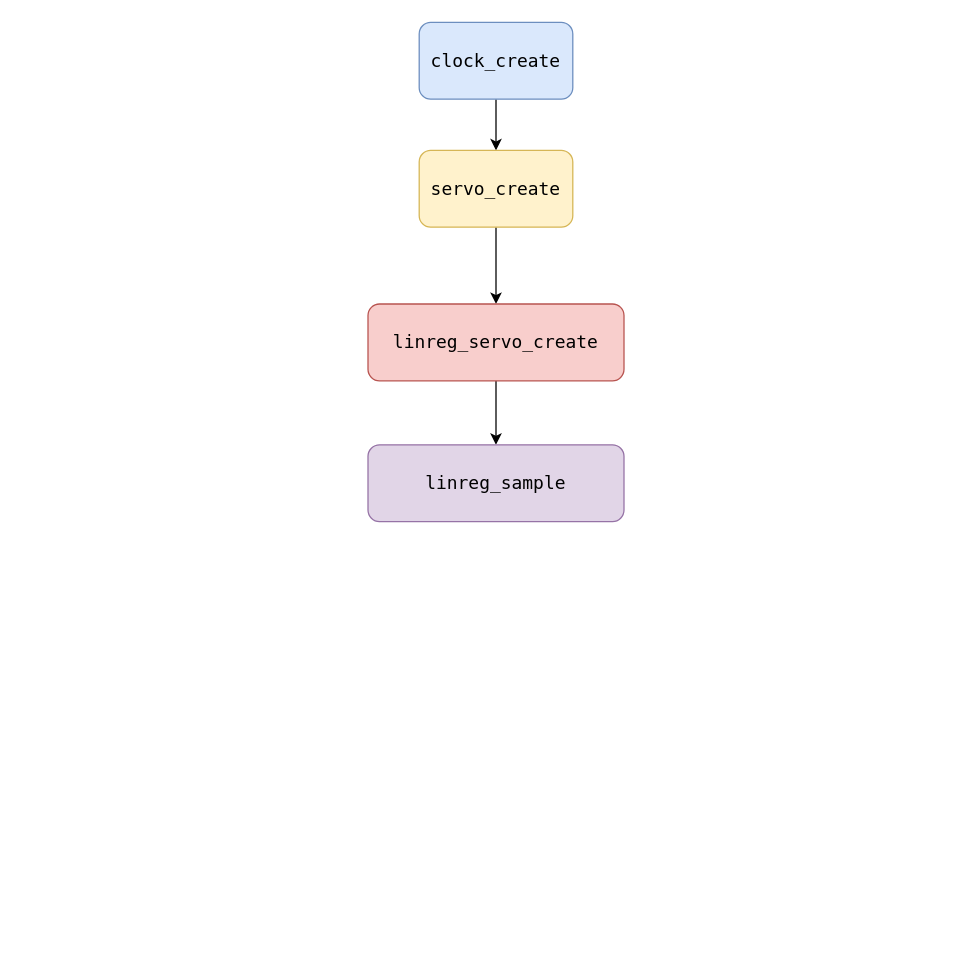
Earlier version of the draw.io diagram Untitled Diagram.drawio (enesygt/c_repo). Source tidied: cells renumbered, new cells numbered last; positions are measured from the earlier drawing's top-left corner, leaving out a move shared by most shapes. Both pictures are drawn from the tidied source at 128%, with x=0, y=0 at pixel (367, 22).
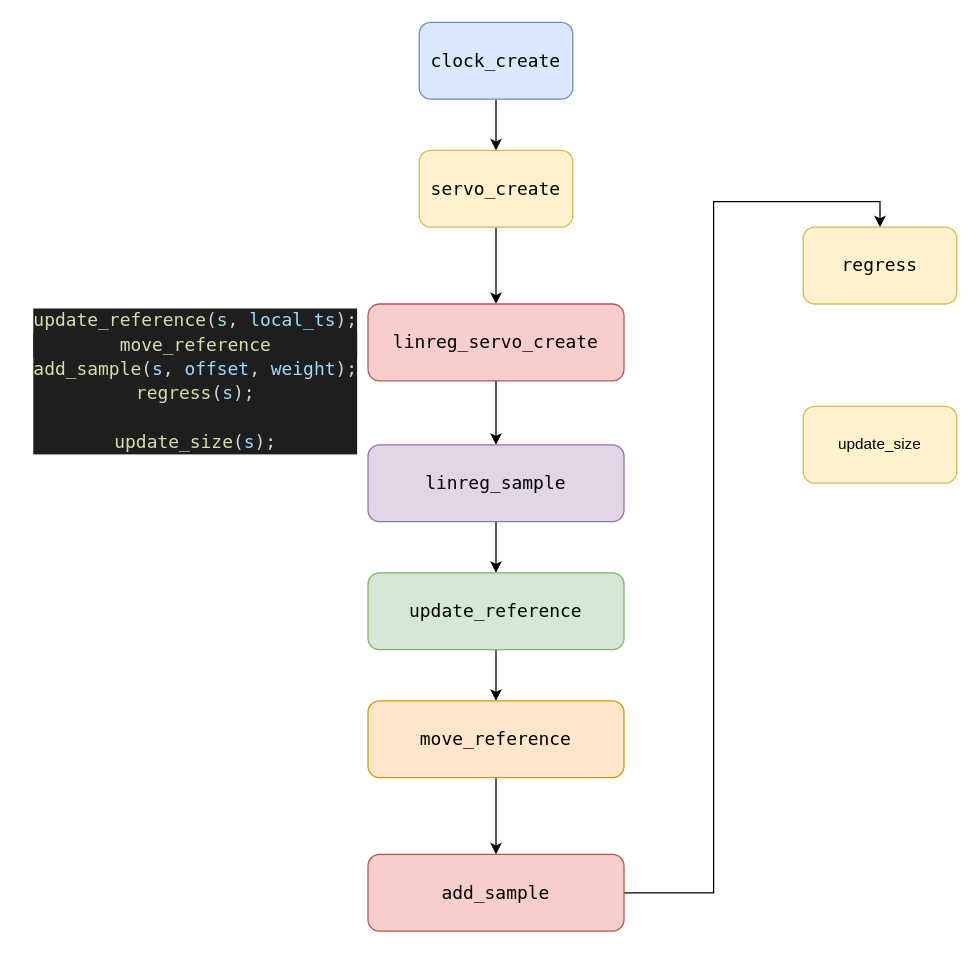
After the change.

What changed in the source:
```diff
@@
 <mxGraphModel>
   <root>
     <mxCell id="0" />
     <mxCell id="1" parent="0" />
     <mxCell id="2" style="edgeStyle=orthogonalEdgeStyle;rounded=0;jettySize=auto;html=1;entryX=0.5;entryY=0;entryDx=0;entryDy=0;" parent="1" edge="1" source="3" target="5">
       <mxGeometry relative="1" as="geometry" />
     </mxCell>
     <mxCell id="3" value="&lt;div style=&quot;font-family: &amp;#34;droid sans mono&amp;#34; , &amp;#34;monospace&amp;#34; , monospace , &amp;#34;droid sans fallback&amp;#34; ; font-weight: normal ; font-size: 14px ; line-height: 19px&quot;&gt;&lt;div&gt;&lt;span style=&quot;background-color: transparent&quot;&gt;clock_create&lt;/span&gt;&lt;/div&gt;&lt;/div&gt;" style="rounded=1;whiteSpace=wrap;html=1;fillColor=#dae8fc;strokeColor=#6c8ebf;" parent="1" vertex="1">
       <mxGeometry x="40" width="120" height="60" as="geometry" />
     </mxCell>
     <mxCell id="4" style="edgeStyle=orthogonalEdgeStyle;rounded=0;jettySize=auto;html=1;" parent="1" edge="1" source="5" target="7">
       <mxGeometry relative="1" as="geometry" />
     </mxCell>
     <mxCell id="5" value="&lt;div style=&quot;font-family: &amp;#34;droid sans mono&amp;#34; , &amp;#34;monospace&amp;#34; , monospace , &amp;#34;droid sans fallback&amp;#34; ; font-weight: normal ; font-size: 14px ; line-height: 19px&quot;&gt;&lt;div&gt;&lt;span style=&quot;background-color: transparent&quot;&gt;servo_create&lt;/span&gt;&lt;/div&gt;&lt;/div&gt;" style="rounded=1;whiteSpace=wrap;html=1;fillColor=#fff2cc;strokeColor=#d6b656;" parent="1" vertex="1">
       <mxGeometry x="40" y="100" width="120" height="60" as="geometry" />
     </mxCell>
     <mxCell id="6" style="edgeStyle=orthogonalEdgeStyle;rounded=0;jettySize=auto;html=1;" parent="1" edge="1" source="7" target="8">
       <mxGeometry relative="1" as="geometry" />
     </mxCell>
     <mxCell id="7" value="&lt;div style=&quot;font-family: &amp;#34;droid sans mono&amp;#34; , &amp;#34;monospace&amp;#34; , monospace , &amp;#34;droid sans fallback&amp;#34; ; font-weight: normal ; font-size: 14px ; line-height: 19px&quot;&gt;&lt;div&gt;&lt;span style=&quot;background-color: transparent&quot;&gt;linreg_servo_create&lt;/span&gt;&lt;/div&gt;&lt;/div&gt;" style="rounded=1;whiteSpace=wrap;html=1;fillColor=#f8cecc;strokeColor=#b85450;" parent="1" vertex="1">
       <mxGeometry y="220" width="200" height="60" as="geometry" />
     </mxCell>
+    <mxCell id="9" style="edgeStyle=orthogonalEdgeStyle;rounded=0;jettySize=auto;html=1;" parent="1" edge="1" source="8" target="12">
+      <mxGeometry relative="1" as="geometry" />
+    </mxCell>
     <mxCell id="8" value="&lt;div style=&quot;font-family: &amp;#34;droid sans mono&amp;#34; , &amp;#34;monospace&amp;#34; , monospace , &amp;#34;droid sans fallback&amp;#34; ; font-weight: normal ; font-size: 14px ; line-height: 19px&quot;&gt;&lt;div&gt;&lt;span style=&quot;background-color: transparent&quot;&gt;linreg_sample&lt;/span&gt;&lt;/div&gt;&lt;/div&gt;" style="rounded=1;whiteSpace=wrap;html=1;fillColor=#e1d5e7;strokeColor=#9673a6;" parent="1" vertex="1">
       <mxGeometry y="330" width="200" height="60" as="geometry" />
     </mxCell>
+    <mxCell id="10" value="&lt;div style=&quot;color: rgb(212 , 212 , 212) ; background-color: rgb(30 , 30 , 30) ; font-family: &amp;#34;droid sans mono&amp;#34; , &amp;#34;monospace&amp;#34; , monospace , &amp;#34;droid sans fallback&amp;#34; ; font-weight: normal ; font-size: 14px ; line-height: 19px&quot;&gt;&lt;div&gt;&lt;span style=&quot;color: #dcdcaa&quot;&gt;update_reference&lt;/span&gt;&lt;span style=&quot;color: #d4d4d4&quot;&gt;(&lt;/span&gt;&lt;span style=&quot;color: #9cdcfe&quot;&gt;s&lt;/span&gt;&lt;span style=&quot;color: #d4d4d4&quot;&gt;, &lt;/span&gt;&lt;span style=&quot;color: #9cdcfe&quot;&gt;local_ts&lt;/span&gt;&lt;span style=&quot;color: #d4d4d4&quot;&gt;);&lt;/span&gt;&lt;/div&gt;&lt;div&gt;&lt;div style=&quot;color: rgb(212 , 212 , 212) ; background-color: rgb(30 , 30 , 30) ; font-family: &amp;#34;droid sans mono&amp;#34; , &amp;#34;monospace&amp;#34; , monospace , &amp;#34;droid sans fallback&amp;#34; ; font-weight: normal ; font-size: 14px ; line-height: 19px&quot;&gt;&lt;div&gt;&lt;span style=&quot;color: #dcdcaa&quot;&gt;move_reference&lt;/span&gt;&lt;/div&gt;&lt;/div&gt;&lt;/div&gt;&lt;div&gt;&lt;span style=&quot;color: #d4d4d4&quot;&gt;    &lt;/span&gt;&lt;span style=&quot;color: #dcdcaa&quot;&gt;add_sample&lt;/span&gt;&lt;span style=&quot;color: #d4d4d4&quot;&gt;(&lt;/span&gt;&lt;span style=&quot;color: #9cdcfe&quot;&gt;s&lt;/span&gt;&lt;span style=&quot;color: #d4d4d4&quot;&gt;, &lt;/span&gt;&lt;span style=&quot;color: #9cdcfe&quot;&gt;offset&lt;/span&gt;&lt;span style=&quot;color: #d4d4d4&quot;&gt;, &lt;/span&gt;&lt;span style=&quot;color: #9cdcfe&quot;&gt;weight&lt;/span&gt;&lt;span style=&quot;color: #d4d4d4&quot;&gt;);&lt;/span&gt;&lt;/div&gt;&lt;div&gt;&lt;span style=&quot;color: #d4d4d4&quot;&gt;    &lt;/span&gt;&lt;span style=&quot;color: #dcdcaa&quot;&gt;regress&lt;/span&gt;&lt;span style=&quot;color: #d4d4d4&quot;&gt;(&lt;/span&gt;&lt;span style=&quot;color: #9cdcfe&quot;&gt;s&lt;/span&gt;&lt;span style=&quot;color: #d4d4d4&quot;&gt;);&lt;/span&gt;&lt;/div&gt;&lt;br&gt;&lt;div&gt;&lt;span style=&quot;color: #d4d4d4&quot;&gt;    &lt;/span&gt;&lt;span style=&quot;color: #dcdcaa&quot;&gt;update_size&lt;/span&gt;&lt;span style=&quot;color: #d4d4d4&quot;&gt;(&lt;/span&gt;&lt;span style=&quot;color: #9cdcfe&quot;&gt;s&lt;/span&gt;&lt;span style=&quot;color: #d4d4d4&quot;&gt;);&lt;/span&gt;&lt;/div&gt;&lt;/div&gt;" style="text;html=1;align=center;verticalAlign=middle;strokeColor=none;" parent="1" vertex="1">
+      <mxGeometry x="-270" y="220" width="270" height="120" as="geometry" />
+    </mxCell>
+    <mxCell id="11" style="edgeStyle=orthogonalEdgeStyle;rounded=0;jettySize=auto;html=1;entryX=0.5;entryY=0;entryDx=0;entryDy=0;" parent="1" edge="1" source="12" target="14">
+      <mxGeometry relative="1" as="geometry" />
+    </mxCell>
+    <mxCell id="12" value="&lt;div style=&quot;font-family: &amp;#34;droid sans mono&amp;#34; , &amp;#34;monospace&amp;#34; , monospace , &amp;#34;droid sans fallback&amp;#34; ; font-weight: normal ; font-size: 14px ; line-height: 19px&quot;&gt;&lt;div&gt;&lt;span style=&quot;background-color: transparent&quot;&gt;update_reference&lt;/span&gt;&lt;/div&gt;&lt;/div&gt;" style="rounded=1;whiteSpace=wrap;html=1;fillColor=#d5e8d4;strokeColor=#82b366;" parent="1" vertex="1">
+      <mxGeometry y="430" width="200" height="60" as="geometry" />
+    </mxCell>
+    <mxCell id="13" style="edgeStyle=orthogonalEdgeStyle;rounded=0;jettySize=auto;html=1;entryX=0.5;entryY=0;entryDx=0;entryDy=0;" parent="1" edge="1" source="14" target="16">
+      <mxGeometry relative="1" as="geometry" />
+    </mxCell>
+    <mxCell id="14" value="&lt;div&gt;&lt;div style=&quot;font-family: &amp;#34;droid sans mono&amp;#34; , &amp;#34;monospace&amp;#34; , monospace , &amp;#34;droid sans fallback&amp;#34; ; font-weight: normal ; font-size: 14px ; line-height: 19px&quot;&gt;&lt;div&gt;&lt;span style=&quot;background-color: transparent&quot;&gt;move_reference&lt;/span&gt;&lt;/div&gt;&lt;/div&gt;&lt;/div&gt;" style="rounded=1;whiteSpace=wrap;html=1;fillColor=#ffe6cc;strokeColor=#d79b00;" parent="1" vertex="1">
+      <mxGeometry y="530" width="200" height="60" as="geometry" />
+    </mxCell>
+    <mxCell id="15" style="edgeStyle=orthogonalEdgeStyle;rounded=0;jettySize=auto;html=1;entryX=0.5;entryY=0;entryDx=0;entryDy=0;" parent="1" edge="1" source="16" target="17">
+      <mxGeometry relative="1" as="geometry" />
+    </mxCell>
+    <mxCell id="16" value="&lt;div style=&quot;font-family: &amp;#34;droid sans mono&amp;#34; , &amp;#34;monospace&amp;#34; , monospace , &amp;#34;droid sans fallback&amp;#34; ; font-weight: normal ; font-size: 14px ; line-height: 19px&quot;&gt;&lt;div&gt;&lt;span style=&quot;background-color: transparent&quot;&gt;add_sample&lt;/span&gt;&lt;/div&gt;&lt;/div&gt;" style="rounded=1;whiteSpace=wrap;html=1;fillColor=#f8cecc;strokeColor=#b85450;" parent="1" vertex="1">
+      <mxGeometry y="650" width="200" height="60" as="geometry" />
+    </mxCell>
+    <mxCell id="17" value="&lt;div style=&quot;font-family: &amp;#34;droid sans mono&amp;#34; , &amp;#34;monospace&amp;#34; , monospace , &amp;#34;droid sans fallback&amp;#34; ; font-weight: normal ; font-size: 14px ; line-height: 19px&quot;&gt;&lt;div&gt;&lt;span style=&quot;background-color: transparent&quot;&gt;regress&lt;/span&gt;&lt;/div&gt;&lt;/div&gt;" style="rounded=1;whiteSpace=wrap;html=1;fillColor=#fff2cc;strokeColor=#d6b656;" parent="1" vertex="1">
+      <mxGeometry x="340" y="160" width="120" height="60" as="geometry" />
+    </mxCell>
+    <mxCell id="18" value="update_size" style="rounded=1;whiteSpace=wrap;html=1;fillColor=#fff2cc;strokeColor=#d6b656;" parent="1" vertex="1">
+      <mxGeometry x="340" y="300" width="120" height="60" as="geometry" />
+    </mxCell>
   </root>
 </mxGraphModel>
```
